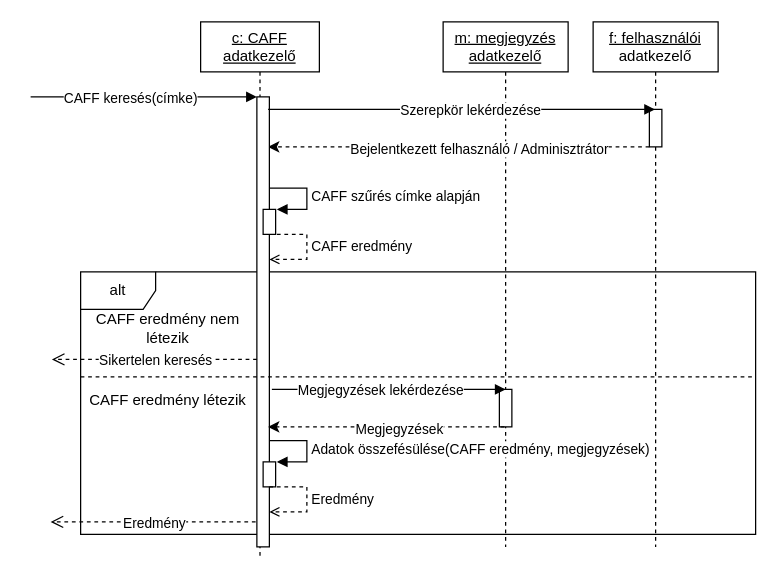
The draw.io diagram doc/editable_files/search_seq.drawio in amadehegedus/cool, before the edit. Source tidied: cells renumbered, new cells numbered last; positions are measured from the earlier drawing's top-left corner, leaving out a move shared by most shapes. Both pictures are drawn from the tidied source at 125%, with x=0, y=0 at pixel (30, 21).
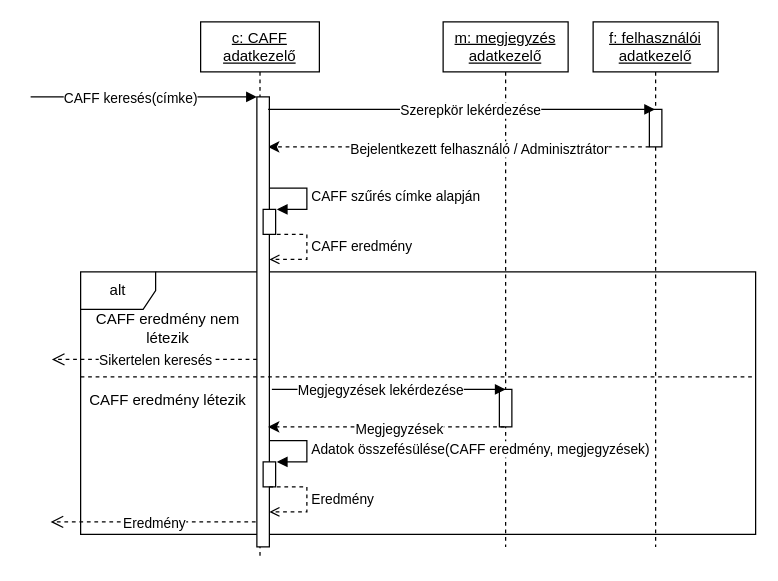
Above is the later version.

What changed in the source:
```diff
@@
-    <mxCell id="5" value="&lt;u&gt;f: felhasználói&lt;br&gt;&lt;/u&gt;adatkezelő" style="shape=umlLifeline;perimeter=lifelinePerimeter;whiteSpace=wrap;html=1;outlineConnect=0;" parent="1" vertex="1">
+    <mxCell id="5" value="&lt;u&gt;f: felhasználói&lt;br&gt;adatkezelő&lt;/u&gt;" style="shape=umlLifeline;perimeter=lifelinePerimeter;whiteSpace=wrap;html=1;outlineConnect=0;" parent="1" vertex="1">
       <mxGeometry x="450" width="100" height="420" as="geometry" />
     </mxCell>
```
